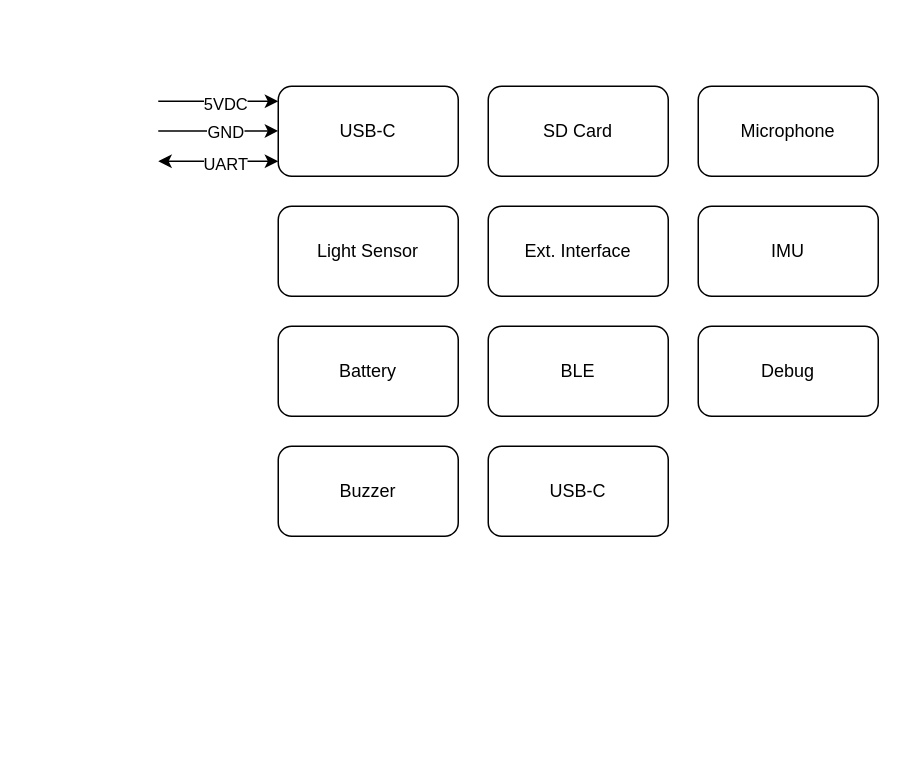
This is doc/img/functional.drawio from oldgeezr/sensa, a draw.io file, before an edit. Source tidied: cells renumbered, new cells numbered last; positions are measured from the earlier drawing's top-left corner, leaving out a move shared by most shapes. Both pictures are drawn from the tidied source at 150%, with x=0, y=0 at pixel (158, 86).
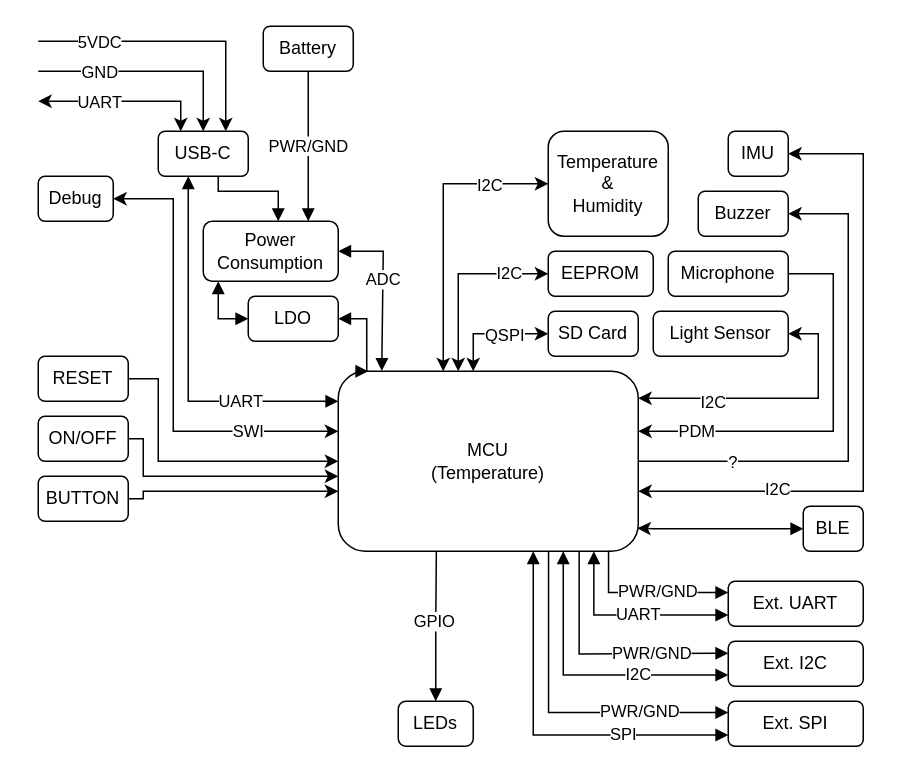
After the change.

The edit, as a diff of the source:
```diff
@@
+    <mxCell id="19" style="edgeStyle=orthogonalEdgeStyle;rounded=0;jettySize=auto;html=1;startArrow=none;startFill=0;endArrow=block;endFill=1;" parent="1" edge="1" source="2" target="25">
+      <mxGeometry relative="1" as="geometry">
+        <Array as="points">
+          <mxPoint x="40" y="70" />
+          <mxPoint x="80" y="70" />
+        </Array>
+      </mxGeometry>
+    </mxCell>
+    <mxCell id="20" style="edgeStyle=orthogonalEdgeStyle;rounded=0;jettySize=auto;html=1;startArrow=block;startFill=1;endArrow=block;endFill=1;" parent="1" edge="1" source="2" target="26">
+      <mxGeometry relative="1" as="geometry">
+        <Array as="points">
+          <mxPoint x="20" y="210" />
+        </Array>
+      </mxGeometry>
+    </mxCell>
+    <mxCell id="21" value="UART" style="edgeLabel;html=1;align=center;verticalAlign=middle;" parent="20" vertex="1">
+      <mxGeometry x="0.47" y="1" relative="1" as="geometry" />
+    </mxCell>
     <mxCell id="2" value="USB-C" style="rounded=1;whiteSpace=wrap;html=1;" parent="1" vertex="1">
-      <mxGeometry x="80" width="120" height="60" as="geometry" />
+      <mxGeometry y="30" width="60" height="30" as="geometry" />
     </mxCell>
-    <mxCell id="3" style="endArrow=classic;html=1;rounded=0;startArrow=classic;startFill=1;" parent="1" edge="1">
+    <mxCell id="3" style="endArrow=classic;html=1;rounded=0;startArrow=classic;startFill=1;entryX=0.25;entryY=0;entryDx=0;entryDy=0;" parent="1" edge="1" target="2">
       <mxGeometry relative="1" as="geometry">
-        <mxPoint y="50" as="sourcePoint" />
-        <mxPoint x="80" y="50" as="targetPoint" />
+        <mxPoint x="-80" y="10" as="sourcePoint" />
+        <Array as="points">
+          <mxPoint x="-60" y="10" />
+          <mxPoint x="15" y="10" />
+        </Array>
       </mxGeometry>
     </mxCell>
     <mxCell id="4" value="UART" style="edgeLabel;html=1;align=center;verticalAlign=middle;" parent="3" vertex="1">
-      <mxGeometry x="0.1" y="-1" relative="1" as="geometry" />
+      <mxGeometry x="0.1" y="-1" relative="1" as="geometry">
+        <mxPoint x="-23" y="-1" as="offset" />
+      </mxGeometry>
     </mxCell>
-    <mxCell id="5" style="endArrow=classic;html=1;rounded=0;" parent="1" edge="1">
+    <mxCell id="5" style="endArrow=classic;html=1;rounded=0;entryX=0.5;entryY=0;entryDx=0;entryDy=0;" parent="1" edge="1" target="2">
       <mxGeometry relative="1" as="geometry">
-        <mxPoint y="29.8" as="sourcePoint" />
-        <mxPoint x="80" y="29.8" as="targetPoint" />
+        <mxPoint x="-80" y="-10" as="sourcePoint" />
+        <Array as="points">
+          <mxPoint x="30" y="-10" />
+        </Array>
       </mxGeometry>
     </mxCell>
     <mxCell id="6" value="GND" style="edgeLabel;html=1;align=center;verticalAlign=middle;" parent="5" vertex="1">
-      <mxGeometry x="0.1" y="-1" relative="1" as="geometry" />
+      <mxGeometry x="0.1" y="-1" relative="1" as="geometry">
+        <mxPoint x="-43" y="-1" as="offset" />
+      </mxGeometry>
     </mxCell>
-    <mxCell id="7" style="endArrow=classic;html=1;rounded=0;" parent="1" edge="1">
+    <mxCell id="7" style="endArrow=classic;html=1;rounded=0;entryX=0.75;entryY=0;entryDx=0;entryDy=0;" parent="1" edge="1" target="2">
       <mxGeometry relative="1" as="geometry">
-        <mxPoint y="10" as="sourcePoint" />
-        <mxPoint x="80" y="10" as="targetPoint" />
+        <mxPoint x="-80" y="-30" as="sourcePoint" />
+        <Array as="points">
+          <mxPoint x="45" y="-30" />
+        </Array>
       </mxGeometry>
     </mxCell>
     <mxCell id="8" value="5VDC" style="edgeLabel;html=1;align=center;verticalAlign=middle;" parent="7" vertex="1">
-      <mxGeometry x="0.1" y="-1" relative="1" as="geometry" />
+      <mxGeometry x="0.1" y="-1" relative="1" as="geometry">
+        <mxPoint x="-62" y="-1" as="offset" />
+      </mxGeometry>
     </mxCell>
-    <mxCell id="9" value="Light Sensor" style="rounded=1;whiteSpace=wrap;html=1;" parent="1" vertex="1">
-      <mxGeometry x="80" y="80" width="120" height="60" as="geometry" />
+    <mxCell id="9" value="Light Sensor" style="rounded=1;whiteSpace=wrap;html=1;glass=0;shadow=0;" parent="1" vertex="1">
+      <mxGeometry x="330" y="150" width="90" height="30" as="geometry" />
     </mxCell>
     <mxCell id="10" value="SD Card" style="rounded=1;whiteSpace=wrap;html=1;" parent="1" vertex="1">
-      <mxGeometry x="220" width="120" height="60" as="geometry" />
+      <mxGeometry x="260" y="150" width="60" height="30" as="geometry" />
     </mxCell>
-    <mxCell id="11" value="Ext. Interface" style="rounded=1;whiteSpace=wrap;html=1;" parent="1" vertex="1">
-      <mxGeometry x="220" y="80" width="120" height="60" as="geometry" />
-    </mxCell>
-    <mxCell id="12" value="Microphone" style="rounded=1;whiteSpace=wrap;html=1;" parent="1" vertex="1">
-      <mxGeometry x="360" width="120" height="60" as="geometry" />
+    <mxCell id="12" value="Temperature&lt;br&gt;&amp;amp;&lt;br&gt;Humidity" style="rounded=1;whiteSpace=wrap;html=1;" parent="1" vertex="1">
+      <mxGeometry x="260" y="30" width="80" height="70" as="geometry" />
     </mxCell>
     <mxCell id="13" value="IMU" style="rounded=1;whiteSpace=wrap;html=1;" parent="1" vertex="1">
-      <mxGeometry x="360" y="80" width="120" height="60" as="geometry" />
+      <mxGeometry x="380" y="30" width="40" height="30" as="geometry" />
     </mxCell>
+    <mxCell id="22" value="PWR/GND" style="edgeStyle=orthogonalEdgeStyle;rounded=0;jettySize=auto;html=1;startArrow=none;startFill=0;endArrow=block;endFill=1;" parent="1" edge="1" source="14">
+      <mxGeometry relative="1" as="geometry">
+        <mxPoint x="100" y="90" as="targetPoint" />
+      </mxGeometry>
+    </mxCell>
     <mxCell id="14" value="Battery" style="rounded=1;whiteSpace=wrap;html=1;" parent="1" vertex="1">
-      <mxGeometry x="80" y="160" width="120" height="60" as="geometry" />
+      <mxGeometry x="70" y="-40" width="60" height="30" as="geometry" />
     </mxCell>
+    <mxCell id="23" style="edgeStyle=orthogonalEdgeStyle;rounded=0;jettySize=auto;html=1;entryX=0.997;entryY=0.872;entryDx=0;entryDy=0;entryPerimeter=0;startArrow=block;startFill=1;exitX=0;exitY=0.5;exitDx=0;exitDy=0;" parent="1" edge="1" source="15" target="26">
+      <mxGeometry relative="1" as="geometry">
+        <Array as="points">
+          <mxPoint x="330" y="295" />
+        </Array>
+      </mxGeometry>
+    </mxCell>
     <mxCell id="15" value="BLE" style="rounded=1;whiteSpace=wrap;html=1;" parent="1" vertex="1">
-      <mxGeometry x="220" y="160" width="120" height="60" as="geometry" />
+      <mxGeometry x="430" y="280" width="40" height="30" as="geometry" />
     </mxCell>
-    <mxCell id="16" value="Debug" style="rounded=1;whiteSpace=wrap;html=1;" parent="1" vertex="1">
-      <mxGeometry x="360" y="160" width="120" height="60" as="geometry" />
-    </mxCell>
     <mxCell id="17" value="Buzzer" style="rounded=1;whiteSpace=wrap;html=1;" parent="1" vertex="1">
-      <mxGeometry x="80" y="240" width="120" height="60" as="geometry" />
+      <mxGeometry x="360" y="70" width="60" height="30" as="geometry" />
     </mxCell>
-    <mxCell id="18" value="USB-C" style="rounded=1;whiteSpace=wrap;html=1;" parent="1" vertex="1">
-      <mxGeometry x="220" y="240" width="120" height="60" as="geometry" />
+    <mxCell id="18" value="EEPROM" style="rounded=1;whiteSpace=wrap;html=1;" parent="1" vertex="1">
+      <mxGeometry x="260" y="110" width="70" height="30" as="geometry" />
     </mxCell>
+    <mxCell id="24" value="ADC" style="edgeStyle=orthogonalEdgeStyle;rounded=0;jettySize=auto;html=1;startArrow=block;startFill=1;endArrow=block;endFill=1;exitX=1;exitY=0.5;exitDx=0;exitDy=0;entryX=0.145;entryY=-0.002;entryDx=0;entryDy=0;entryPerimeter=0;" parent="1" edge="1" source="25" target="26">
+      <mxGeometry x="-0.1" relative="1" as="geometry">
+        <Array as="points">
+          <mxPoint x="150" y="110" />
+          <mxPoint x="150" y="190" />
+        </Array>
+      </mxGeometry>
+    </mxCell>
+    <mxCell id="25" value="Power&lt;br&gt;Consumption" style="rounded=1;whiteSpace=wrap;html=1;" parent="1" vertex="1">
+      <mxGeometry x="30" y="90" width="90" height="40" as="geometry" />
+    </mxCell>
+    <mxCell id="26" value="MCU&lt;br&gt;(Temperature)" style="rounded=1;whiteSpace=wrap;html=1;" parent="1" vertex="1">
+      <mxGeometry x="120" y="190" width="200" height="120" as="geometry" />
+    </mxCell>
+    <mxCell id="27" style="edgeStyle=orthogonalEdgeStyle;rounded=0;jettySize=auto;html=1;startArrow=block;startFill=1;endArrow=none;endFill=0;entryX=0.127;entryY=0.999;entryDx=0;entryDy=0;entryPerimeter=0;" parent="1" edge="1" source="29">
+      <mxGeometry relative="1" as="geometry">
+        <mxPoint x="185.4" y="309.9" as="targetPoint" />
+      </mxGeometry>
+    </mxCell>
+    <mxCell id="28" value="GPIO" style="edgeLabel;html=1;align=center;verticalAlign=middle;" parent="27" vertex="1">
+      <mxGeometry x="0.07" y="2" relative="1" as="geometry" />
+    </mxCell>
+    <mxCell id="29" value="LEDs" style="rounded=1;whiteSpace=wrap;html=1;arcSize=17;" parent="1" vertex="1">
+      <mxGeometry x="160" y="410" width="50" height="30" as="geometry" />
+    </mxCell>
+    <mxCell id="30" style="edgeStyle=orthogonalEdgeStyle;rounded=0;jettySize=auto;html=1;" parent="1" edge="1" source="31">
+      <mxGeometry relative="1" as="geometry">
+        <mxPoint x="120" y="260" as="targetPoint" />
+        <Array as="points">
+          <mxPoint x="-10" y="235" />
+          <mxPoint x="-10" y="260" />
+          <mxPoint x="120" y="260" />
+        </Array>
+      </mxGeometry>
+    </mxCell>
+    <mxCell id="31" value="ON/OFF" style="rounded=1;whiteSpace=wrap;html=1;" parent="1" vertex="1">
+      <mxGeometry x="-80" y="220" width="60" height="30" as="geometry" />
+    </mxCell>
+    <mxCell id="32" style="edgeStyle=orthogonalEdgeStyle;rounded=0;jettySize=auto;html=1;" parent="1" edge="1" source="33" target="26">
+      <mxGeometry relative="1" as="geometry">
+        <Array as="points">
+          <mxPoint y="195" />
+          <mxPoint y="250" />
+        </Array>
+      </mxGeometry>
+    </mxCell>
+    <mxCell id="33" value="RESET" style="rounded=1;whiteSpace=wrap;html=1;" parent="1" vertex="1">
+      <mxGeometry x="-80" y="180" width="60" height="30" as="geometry" />
+    </mxCell>
+    <mxCell id="34" style="edgeStyle=orthogonalEdgeStyle;rounded=0;jettySize=auto;html=1;exitX=1;exitY=0.5;exitDx=0;exitDy=0;" parent="1" edge="1" source="35">
+      <mxGeometry relative="1" as="geometry">
+        <mxPoint x="120" y="270" as="targetPoint" />
+        <Array as="points">
+          <mxPoint x="-10" y="275" />
+          <mxPoint x="-10" y="270" />
+          <mxPoint x="120" y="270" />
+        </Array>
+      </mxGeometry>
+    </mxCell>
+    <mxCell id="35" value="BUTTON" style="rounded=1;whiteSpace=wrap;html=1;" parent="1" vertex="1">
+      <mxGeometry x="-80" y="260" width="60" height="30" as="geometry" />
+    </mxCell>
+    <mxCell id="36" value="Microphone" style="rounded=1;whiteSpace=wrap;html=1;" parent="1" vertex="1">
+      <mxGeometry x="340" y="110" width="80" height="30" as="geometry" />
+    </mxCell>
+    <mxCell id="16" value="Debug" style="rounded=1;whiteSpace=wrap;html=1;glass=0;shadow=0;" parent="1" vertex="1">
+      <mxGeometry x="-80" y="60" width="50" height="30" as="geometry" />
+    </mxCell>
+    <mxCell id="37" style="endArrow=classic;startArrow=classic;html=1;rounded=0;exitX=1;exitY=0.5;exitDx=0;exitDy=0;" parent="1" edge="1" source="16">
+      <mxGeometry relative="1" as="geometry">
+        <mxPoint x="120" y="230" as="targetPoint" />
+        <Array as="points">
+          <mxPoint x="10" y="75" />
+          <mxPoint x="10" y="120" />
+          <mxPoint x="10" y="230" />
+          <mxPoint x="40" y="230" />
+          <mxPoint x="80" y="230" />
+        </Array>
+      </mxGeometry>
+    </mxCell>
+    <mxCell id="38" value="SWI" style="edgeLabel;html=1;align=center;verticalAlign=middle;" parent="37" vertex="1">
+      <mxGeometry x="0.6" y="1" relative="1" as="geometry" />
+    </mxCell>
+    <mxCell id="39" style="endArrow=classic;startArrow=classic;html=1;rounded=0;entryX=1;entryY=0.5;entryDx=0;entryDy=0;" parent="1" edge="1" target="9">
+      <mxGeometry relative="1" as="geometry">
+        <mxPoint x="320" y="208" as="sourcePoint" />
+        <Array as="points">
+          <mxPoint x="440" y="208" />
+          <mxPoint x="440" y="180" />
+          <mxPoint x="440" y="165" />
+        </Array>
+      </mxGeometry>
+    </mxCell>
+    <mxCell id="40" value="I2C" style="edgeLabel;html=1;align=center;verticalAlign=middle;" parent="39" vertex="1">
+      <mxGeometry x="-0.4" y="-2" relative="1" as="geometry">
+        <mxPoint x="-6" as="offset" />
+      </mxGeometry>
+    </mxCell>
+    <mxCell id="41" style="endArrow=classic;startArrow=classic;html=1;rounded=0;entryX=1;entryY=0.5;entryDx=0;entryDy=0;" parent="1" edge="1" target="13">
+      <mxGeometry relative="1" as="geometry">
+        <mxPoint x="320" y="270" as="sourcePoint" />
+        <Array as="points">
+          <mxPoint x="390" y="270" />
+          <mxPoint x="470" y="270" />
+          <mxPoint x="470" y="130" />
+          <mxPoint x="470" y="45" />
+        </Array>
+      </mxGeometry>
+    </mxCell>
+    <mxCell id="42" value="I2C" style="edgeLabel;html=1;align=center;verticalAlign=middle;" parent="41" vertex="1">
+      <mxGeometry x="-0.53" y="2" relative="1" as="geometry">
+        <mxPoint x="-8" as="offset" />
+      </mxGeometry>
+    </mxCell>
+    <mxCell id="43" style="endArrow=classic;startArrow=none;html=1;rounded=0;entryX=1;entryY=0.5;entryDx=0;entryDy=0;exitX=1;exitY=0.5;exitDx=0;exitDy=0;startFill=0;" parent="1" edge="1" source="26" target="17">
+      <mxGeometry relative="1" as="geometry">
+        <Array as="points">
+          <mxPoint x="460" y="250" />
+          <mxPoint x="460" y="85" />
+        </Array>
+      </mxGeometry>
+    </mxCell>
+    <mxCell id="44" value="?" style="edgeLabel;html=1;align=center;verticalAlign=middle;" parent="43" vertex="1">
+      <mxGeometry x="-0.64" relative="1" as="geometry" />
+    </mxCell>
+    <mxCell id="45" style="endArrow=none;startArrow=classic;html=1;rounded=0;entryX=1;entryY=0.5;entryDx=0;entryDy=0;endFill=0;" parent="1" edge="1" target="36">
+      <mxGeometry relative="1" as="geometry">
+        <mxPoint x="320" y="230" as="sourcePoint" />
+        <Array as="points">
+          <mxPoint x="380" y="230" />
+          <mxPoint x="450" y="230" />
+          <mxPoint x="450" y="125" />
+        </Array>
+      </mxGeometry>
+    </mxCell>
+    <mxCell id="46" value="PDM" style="edgeLabel;html=1;align=center;verticalAlign=middle;" parent="45" vertex="1">
+      <mxGeometry x="-0.71" y="1" relative="1" as="geometry" />
+    </mxCell>
+    <mxCell id="47" style="endArrow=classic;startArrow=classic;html=1;rounded=0;entryX=0;entryY=0.5;entryDx=0;entryDy=0;" parent="1" edge="1" target="10">
+      <mxGeometry relative="1" as="geometry">
+        <mxPoint x="210" y="190" as="sourcePoint" />
+        <Array as="points">
+          <mxPoint x="210" y="180" />
+          <mxPoint x="210" y="165" />
+        </Array>
+      </mxGeometry>
+    </mxCell>
+    <mxCell id="48" value="QSPI" style="edgeLabel;html=1;align=center;verticalAlign=middle;" parent="47" vertex="1">
+      <mxGeometry x="0.49" y="-1" relative="1" as="geometry">
+        <mxPoint x="-11" y="-1" as="offset" />
+      </mxGeometry>
+    </mxCell>
+    <mxCell id="49" value="I2C" style="endArrow=classic;startArrow=classic;html=1;rounded=0;entryX=0;entryY=0.5;entryDx=0;entryDy=0;" parent="1" edge="1" target="18">
+      <mxGeometry x="0.59" relative="1" as="geometry">
+        <mxPoint x="200" y="190" as="sourcePoint" />
+        <Array as="points">
+          <mxPoint x="200" y="160" />
+          <mxPoint x="200" y="125" />
+          <mxPoint x="220" y="125" />
+        </Array>
+      </mxGeometry>
+    </mxCell>
+    <mxCell id="50" style="edgeStyle=orthogonalEdgeStyle;rounded=0;jettySize=auto;html=1;startArrow=block;startFill=1;endArrow=none;endFill=0;exitX=0;exitY=0.25;exitDx=0;exitDy=0;entryX=0.901;entryY=0.997;entryDx=0;entryDy=0;entryPerimeter=0;" parent="1" edge="1" source="52" target="26">
+      <mxGeometry relative="1" as="geometry" />
+    </mxCell>
+    <mxCell id="51" value="PWR/GND" style="edgeLabel;html=1;align=center;verticalAlign=middle;" parent="50" vertex="1">
+      <mxGeometry x="-0.11" y="-1" relative="1" as="geometry" />
+    </mxCell>
+    <mxCell id="52" value="Ext. UART" style="rounded=1;whiteSpace=wrap;html=1;" parent="1" vertex="1">
+      <mxGeometry x="380" y="330" width="90" height="30" as="geometry" />
+    </mxCell>
+    <mxCell id="53" style="edgeStyle=orthogonalEdgeStyle;rounded=0;jettySize=auto;html=1;startArrow=block;startFill=1;endArrow=block;endFill=1;exitX=0;exitY=0.75;exitDx=0;exitDy=0;entryX=0.852;entryY=1;entryDx=0;entryDy=0;entryPerimeter=0;" parent="1" edge="1" source="52" target="26">
+      <mxGeometry relative="1" as="geometry" />
+    </mxCell>
+    <mxCell id="54" value="UART" style="edgeLabel;html=1;align=center;verticalAlign=middle;" parent="53" vertex="1">
+      <mxGeometry x="-0.37" y="-1" relative="1" as="geometry">
+        <mxPoint x="-19" as="offset" />
+      </mxGeometry>
+    </mxCell>
+    <mxCell id="55" style="edgeStyle=orthogonalEdgeStyle;rounded=0;jettySize=auto;html=1;startArrow=block;startFill=1;endArrow=none;endFill=0;entryX=0.803;entryY=1.001;entryDx=0;entryDy=0;entryPerimeter=0;" parent="1" edge="1" target="26">
+      <mxGeometry relative="1" as="geometry">
+        <mxPoint x="380" y="378" as="sourcePoint" />
+      </mxGeometry>
+    </mxCell>
+    <mxCell id="56" value="PWR/GND" style="edgeLabel;html=1;align=center;verticalAlign=middle;" parent="55" vertex="1">
+      <mxGeometry x="-0.11" y="-1" relative="1" as="geometry">
+        <mxPoint x="24" as="offset" />
+      </mxGeometry>
+    </mxCell>
+    <mxCell id="57" value="Ext. I2C" style="rounded=1;whiteSpace=wrap;html=1;" parent="1" vertex="1">
+      <mxGeometry x="380" y="370" width="90" height="30" as="geometry" />
+    </mxCell>
+    <mxCell id="58" style="edgeStyle=orthogonalEdgeStyle;rounded=0;jettySize=auto;html=1;startArrow=block;startFill=1;endArrow=block;endFill=1;entryX=0.75;entryY=1;entryDx=0;entryDy=0;exitX=0;exitY=0.75;exitDx=0;exitDy=0;" parent="1" edge="1" source="57" target="26">
+      <mxGeometry relative="1" as="geometry" />
+    </mxCell>
+    <mxCell id="59" value="I2C" style="edgeLabel;html=1;align=center;verticalAlign=middle;" parent="58" vertex="1">
+      <mxGeometry x="-0.37" y="-1" relative="1" as="geometry" />
+    </mxCell>
+    <mxCell id="60" style="edgeStyle=orthogonalEdgeStyle;rounded=0;jettySize=auto;html=1;startArrow=block;startFill=1;endArrow=none;endFill=0;exitX=0;exitY=0.25;exitDx=0;exitDy=0;entryX=0.701;entryY=1.002;entryDx=0;entryDy=0;entryPerimeter=0;" parent="1" edge="1" source="62" target="26">
+      <mxGeometry relative="1" as="geometry" />
+    </mxCell>
+    <mxCell id="61" value="PWR/GND" style="edgeLabel;html=1;align=center;verticalAlign=middle;" parent="60" vertex="1">
+      <mxGeometry x="-0.11" y="-1" relative="1" as="geometry">
+        <mxPoint x="41" as="offset" />
+      </mxGeometry>
+    </mxCell>
+    <mxCell id="62" value="Ext. SPI" style="rounded=1;whiteSpace=wrap;html=1;" parent="1" vertex="1">
+      <mxGeometry x="380" y="410" width="90" height="30" as="geometry" />
+    </mxCell>
+    <mxCell id="63" style="edgeStyle=orthogonalEdgeStyle;rounded=0;jettySize=auto;html=1;startArrow=block;startFill=1;endArrow=block;endFill=1;entryX=0.65;entryY=1;entryDx=0;entryDy=0;entryPerimeter=0;exitX=0;exitY=0.75;exitDx=0;exitDy=0;" parent="1" edge="1" source="62" target="26">
+      <mxGeometry relative="1" as="geometry" />
+    </mxCell>
+    <mxCell id="64" value="SPI" style="edgeLabel;html=1;align=center;verticalAlign=middle;" parent="63" vertex="1">
+      <mxGeometry x="-0.37" y="-1" relative="1" as="geometry">
+        <mxPoint x="9" as="offset" />
+      </mxGeometry>
+    </mxCell>
+    <mxCell id="65" style="edgeStyle=orthogonalEdgeStyle;rounded=0;jettySize=auto;html=1;startArrow=block;startFill=1;endArrow=block;endFill=1;" parent="1" edge="1" source="67">
+      <mxGeometry relative="1" as="geometry">
+        <mxPoint x="40" y="130" as="targetPoint" />
+        <Array as="points">
+          <mxPoint x="40" y="155" />
+        </Array>
+      </mxGeometry>
+    </mxCell>
+    <mxCell id="66" style="edgeStyle=orthogonalEdgeStyle;rounded=0;jettySize=auto;html=1;startArrow=block;startFill=1;endArrow=block;endFill=1;" parent="1" edge="1" source="67">
+      <mxGeometry relative="1" as="geometry">
+        <mxPoint x="140" y="190" as="targetPoint" />
+        <Array as="points">
+          <mxPoint x="139" y="155" />
+          <mxPoint x="139" y="190" />
+          <mxPoint x="140" y="190" />
+        </Array>
+      </mxGeometry>
+    </mxCell>
+    <mxCell id="67" value="LDO" style="rounded=1;whiteSpace=wrap;html=1;" parent="1" vertex="1">
+      <mxGeometry x="60" y="140" width="60" height="30" as="geometry" />
+    </mxCell>
+    <mxCell id="68" style="endArrow=classic;startArrow=classic;html=1;rounded=0;entryX=0;entryY=0.5;entryDx=0;entryDy=0;" parent="1" edge="1" target="12">
+      <mxGeometry relative="1" as="geometry">
+        <mxPoint x="190" y="190" as="sourcePoint" />
+        <Array as="points">
+          <mxPoint x="190" y="65" />
+        </Array>
+      </mxGeometry>
+    </mxCell>
+    <mxCell id="69" value="I2C&lt;br&gt;" style="edgeLabel;html=1;align=center;verticalAlign=middle;" parent="68" vertex="1">
+      <mxGeometry x="0.5" relative="1" as="geometry">
+        <mxPoint x="9" as="offset" />
+      </mxGeometry>
+    </mxCell>
```
